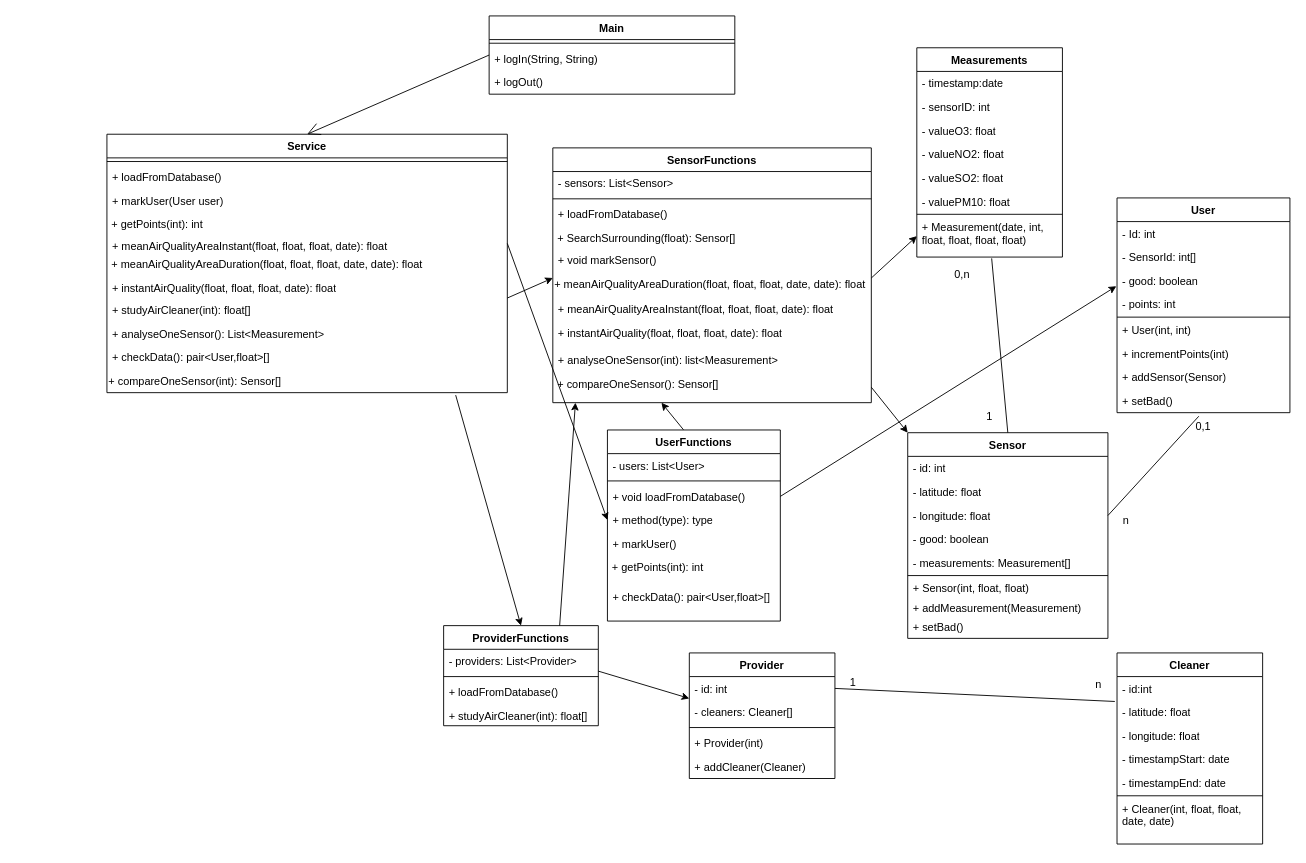
This is Class Diagram.drawio from jimmywengzj/GL-TP, a draw.io file, before an edit. Source tidied: cells renumbered, new cells numbered last; positions are measured from the earlier drawing's top-left corner, leaving out a move shared by most shapes. Both pictures are drawn from the tidied source at 91%, with x=0, y=0 at pixel (106, 15).
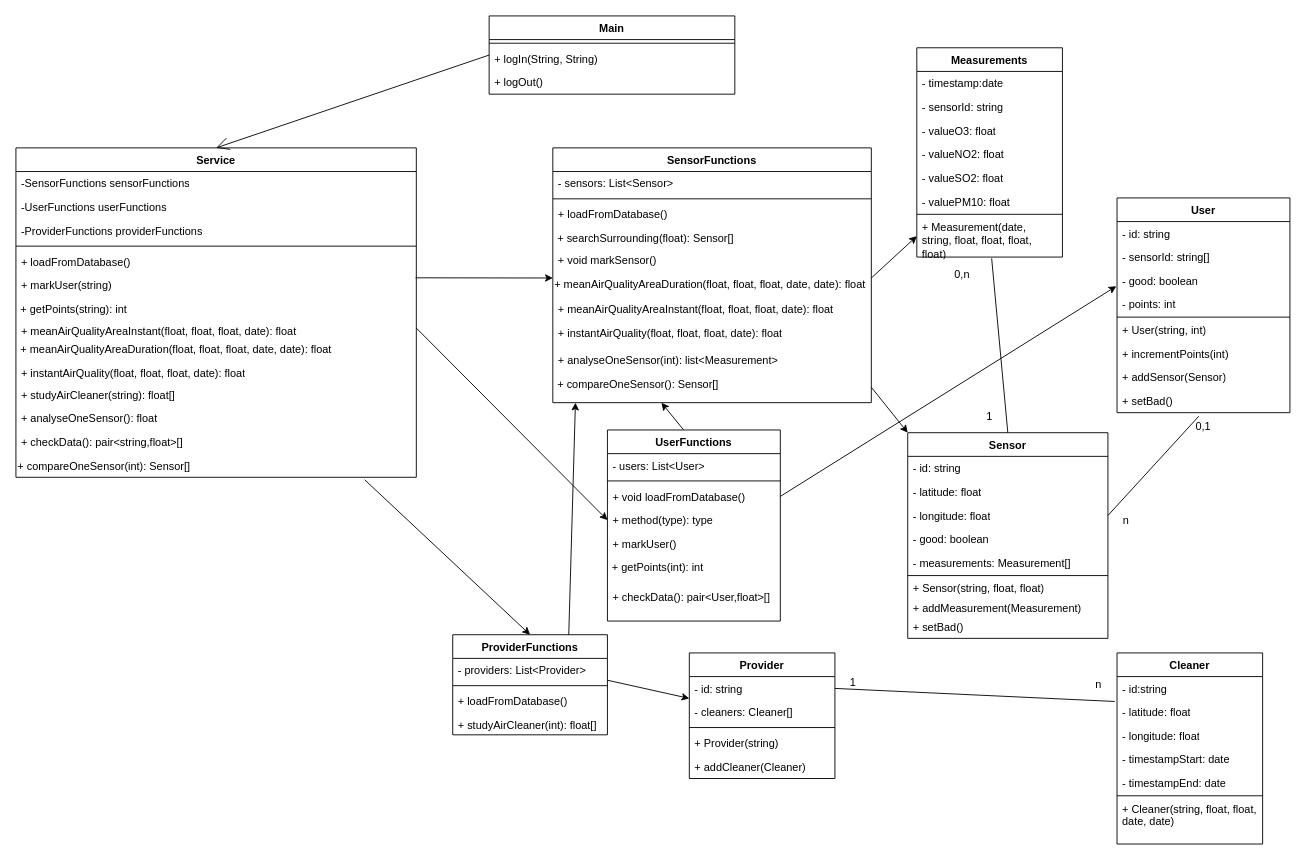
After the change.

The change refers to these unchanged cells:
```xml
<mxCell id="18" value="Measurements" style="swimlane;fontStyle=1;align=center;verticalAlign=top;horizontal=1;startSize=26;whiteSpace=wrap;html=1;" parent="1" vertex="1">
  <mxGeometry x="890" y="35" width="160" height="230" as="geometry" />
</mxCell>
<mxCell id="27" value="Sensor" style="swimlane;fontStyle=1;align=center;verticalAlign=top;horizontal=1;startSize=26;whiteSpace=wrap;html=1;" parent="1" vertex="1">
  <mxGeometry x="880" y="458" width="220" height="226" as="geometry" />
</mxCell>
<mxCell id="37" value="User" style="swimlane;fontStyle=1;align=center;verticalAlign=top;horizontal=1;startSize=26;whiteSpace=wrap;html=1;" parent="1" vertex="1">
  <mxGeometry x="1110" y="200" width="190" height="236" as="geometry" />
</mxCell>
<mxCell id="47" value="Cleaner" style="swimlane;fontStyle=1;align=center;verticalAlign=top;horizontal=1;startSize=26;whiteSpace=wrap;html=1;" parent="1" vertex="1">
  <mxGeometry x="1110" y="700" width="160" height="210" as="geometry" />
</mxCell>
<mxCell id="61" value="SensorFunctions" style="swimlane;fontStyle=1;align=center;verticalAlign=top;horizontal=1;startSize=26;whiteSpace=wrap;html=1;" parent="1" vertex="1">
  <mxGeometry x="490" y="145" width="350" height="280" as="geometry" />
</mxCell>
<mxCell id="67" value="+ meanAirQualityAreaDuration(float, float, float, date, date): float" style="text;whiteSpace=wrap;html=1;" parent="61" vertex="1">
  <mxGeometry y="136" width="350" height="28" as="geometry" />
</mxCell>
<mxCell id="97" value="Provider" style="swimlane;fontStyle=1;align=center;verticalAlign=top;horizontal=1;startSize=26;whiteSpace=wrap;html=1;" parent="1" vertex="1">
  <mxGeometry x="640" y="700" width="160" height="138" as="geometry" />
</mxCell>
```

Diff of the diagram source:
```diff
@@
     <mxCell id="6" value="Service" style="swimlane;fontStyle=1;align=center;verticalAlign=top;horizontal=1;startSize=26;whiteSpace=wrap;html=1;" parent="1" vertex="1">
-      <mxGeometry y="130" width="440" height="284" as="geometry" />
+      <mxGeometry x="-100" y="145" width="440" height="362" as="geometry" />
     </mxCell>
+    <mxCell id="104" value="&lt;div&gt;-SensorFunctions sensorFunctions&lt;br&gt;&lt;/div&gt;&lt;div&gt;&lt;br&gt;&lt;/div&gt;" style="text;strokeColor=none;fillColor=none;align=left;verticalAlign=top;spacingLeft=4;spacingRight=4;overflow=hidden;whiteSpace=wrap;html=1;" parent="6" vertex="1">
+      <mxGeometry y="26" width="440" height="26" as="geometry" />
+    </mxCell>
+    <mxCell id="105" value="&lt;div&gt;-UserFunctions userFunctions&lt;br&gt;&lt;/div&gt;&lt;div&gt;&lt;br&gt;&lt;/div&gt;" style="text;strokeColor=none;fillColor=none;align=left;verticalAlign=top;spacingLeft=4;spacingRight=4;overflow=hidden;whiteSpace=wrap;html=1;" parent="6" vertex="1">
+      <mxGeometry y="52" width="440" height="26" as="geometry" />
+    </mxCell>
+    <mxCell id="106" value="&lt;div&gt;-ProviderFunctions providerFunctions&lt;br&gt;&lt;/div&gt;&lt;div&gt;&lt;br&gt;&lt;/div&gt;" style="text;strokeColor=none;fillColor=none;align=left;verticalAlign=top;spacingLeft=4;spacingRight=4;overflow=hidden;whiteSpace=wrap;html=1;" parent="6" vertex="1">
+      <mxGeometry y="78" width="440" height="26" as="geometry" />
+    </mxCell>
     <mxCell id="7" style="line;strokeWidth=1;fillColor=none;align=left;verticalAlign=middle;spacingTop=-1;spacingLeft=3;spacingRight=3;labelPosition=right;strokeColor=inherit;" parent="6" vertex="1">
-      <mxGeometry y="26" width="440" height="8" as="geometry" />
+      <mxGeometry y="104" width="440" height="8" as="geometry" />
     </mxCell>
     <mxCell id="8" value="&lt;div&gt;+ loadFromDatabase()&lt;/div&gt;&lt;div&gt;&lt;br&gt;&lt;/div&gt;" style="text;strokeColor=none;fillColor=none;align=left;verticalAlign=top;spacingLeft=4;spacingRight=4;overflow=hidden;points=[[0,0.5],[1,0.5]];portConstraint=eastwest;whiteSpace=wrap;html=1;" parent="6" vertex="1">
-      <mxGeometry y="34" width="440" height="26" as="geometry" />
+      <mxGeometry y="112" width="440" height="26" as="geometry" />
     </mxCell>
-    <mxCell id="9" value="&lt;div&gt;+ markUser(User user)&lt;/div&gt;&lt;div&gt;&lt;br&gt;&lt;/div&gt;" style="text;strokeColor=none;fillColor=none;align=left;verticalAlign=top;spacingLeft=4;spacingRight=4;overflow=hidden;whiteSpace=wrap;html=1;" parent="6" vertex="1">
-      <mxGeometry y="60" width="440" height="26" as="geometry" />
+    <mxCell id="9" value="&lt;div&gt;+ markUser(string)&lt;/div&gt;&lt;div&gt;&lt;br&gt;&lt;/div&gt;" style="text;strokeColor=none;fillColor=none;align=left;verticalAlign=top;spacingLeft=4;spacingRight=4;overflow=hidden;whiteSpace=wrap;html=1;" parent="6" vertex="1">
+      <mxGeometry y="138" width="440" height="26" as="geometry" />
     </mxCell>
-    <mxCell id="10" value="&amp;nbsp;+ getPoints(int): int" style="text;whiteSpace=wrap;html=1;" parent="6" vertex="1">
-      <mxGeometry y="86" width="440" height="24" as="geometry" />
+    <mxCell id="10" value="&amp;nbsp;+ getPoints(string): int" style="text;whiteSpace=wrap;html=1;" parent="6" vertex="1">
+      <mxGeometry y="164" width="440" height="24" as="geometry" />
     </mxCell>
     <mxCell id="11" value="+ meanAirQualityAreaInstant(float, float, float, date): float" style="text;strokeColor=none;fillColor=none;align=left;verticalAlign=top;spacingLeft=4;spacingRight=4;overflow=hidden;points=[[0,0.5],[1,0.5]];portConstraint=eastwest;whiteSpace=wrap;html=1;" parent="6" vertex="1">
-      <mxGeometry y="110" width="440" height="20" as="geometry" />
+      <mxGeometry y="188" width="440" height="20" as="geometry" />
     </mxCell>
     <mxCell id="12" value="&amp;nbsp;+ meanAirQualityAreaDuration(float, float, float, date, date): float&amp;nbsp;" style="text;whiteSpace=wrap;html=1;" parent="6" vertex="1">
-      <mxGeometry y="130" width="440" height="26" as="geometry" />
+      <mxGeometry y="208" width="440" height="26" as="geometry" />
     </mxCell>
     <mxCell id="13" value="+ instantAirQuality(float, float, float, date): float" style="text;strokeColor=none;fillColor=none;align=left;verticalAlign=top;spacingLeft=4;spacingRight=4;overflow=hidden;whiteSpace=wrap;html=1;" parent="6" vertex="1">
-      <mxGeometry y="156" width="440" height="24" as="geometry" />
+      <mxGeometry y="234" width="440" height="24" as="geometry" />
     </mxCell>
-    <mxCell id="14" value="+ studyAirCleaner(int): float[]" style="text;strokeColor=none;fillColor=none;align=left;verticalAlign=top;spacingLeft=4;spacingRight=4;overflow=hidden;whiteSpace=wrap;html=1;" parent="6" vertex="1">
-      <mxGeometry y="180" width="440" height="26" as="geometry" />
+    <mxCell id="14" value="+ studyAirCleaner(string): float[]" style="text;strokeColor=none;fillColor=none;align=left;verticalAlign=top;spacingLeft=4;spacingRight=4;overflow=hidden;whiteSpace=wrap;html=1;" parent="6" vertex="1">
+      <mxGeometry y="258" width="440" height="26" as="geometry" />
     </mxCell>
-    <mxCell id="15" value="+ analyseOneSensor(): List&amp;lt;Measurement&amp;gt;" style="text;strokeColor=none;fillColor=none;align=left;verticalAlign=top;spacingLeft=4;spacingRight=4;overflow=hidden;whiteSpace=wrap;html=1;" parent="6" vertex="1">
-      <mxGeometry y="206" width="440" height="26" as="geometry" />
+    <mxCell id="15" value="+ analyseOneSensor(): float" style="text;strokeColor=none;fillColor=none;align=left;verticalAlign=top;spacingLeft=4;spacingRight=4;overflow=hidden;whiteSpace=wrap;html=1;" parent="6" vertex="1">
+      <mxGeometry y="284" width="440" height="26" as="geometry" />
     </mxCell>
-    <mxCell id="16" value="+ checkData(): pair&amp;lt;User,float&amp;gt;[]" style="text;strokeColor=none;fillColor=none;align=left;verticalAlign=top;spacingLeft=4;spacingRight=4;overflow=hidden;whiteSpace=wrap;html=1;" parent="6" vertex="1">
-      <mxGeometry y="232" width="440" height="26" as="geometry" />
+    <mxCell id="16" value="+ checkData(): pair&amp;lt;string,float&amp;gt;[]" style="text;strokeColor=none;fillColor=none;align=left;verticalAlign=top;spacingLeft=4;spacingRight=4;overflow=hidden;whiteSpace=wrap;html=1;" parent="6" vertex="1">
+      <mxGeometry y="310" width="440" height="26" as="geometry" />
     </mxCell>
     <mxCell id="17" value="+ compareOneSensor(int): Sensor[]" style="text;whiteSpace=wrap;html=1;" parent="6" vertex="1">
-      <mxGeometry y="258" width="440" height="26" as="geometry" />
+      <mxGeometry y="336" width="440" height="26" as="geometry" />
     </mxCell>
@@
-    <mxCell id="20" value="&lt;div&gt;- sensorID: int&lt;/div&gt;" style="text;strokeColor=none;fillColor=none;align=left;verticalAlign=top;spacingLeft=4;spacingRight=4;overflow=hidden;whiteSpace=wrap;html=1;" parent="18" vertex="1">
+    <mxCell id="20" value="&lt;div&gt;- sensorId: string&lt;br&gt;&lt;/div&gt;" style="text;strokeColor=none;fillColor=none;align=left;verticalAlign=top;spacingLeft=4;spacingRight=4;overflow=hidden;whiteSpace=wrap;html=1;" parent="18" vertex="1">
       <mxGeometry y="52" width="160" height="26" as="geometry" />
     </mxCell>
@@
-    <mxCell id="26" value="+ Measurement(date, int, float, float, float, float)" style="text;strokeColor=none;fillColor=none;align=left;verticalAlign=top;spacingLeft=4;spacingRight=4;overflow=hidden;points=[[0,0.5],[1,0.5]];portConstraint=eastwest;whiteSpace=wrap;html=1;" parent="18" vertex="1">
+    <mxCell id="26" value="+ Measurement(date, string, float, float, float, float)" style="text;strokeColor=none;fillColor=none;align=left;verticalAlign=top;spacingLeft=4;spacingRight=4;overflow=hidden;points=[[0,0.5],[1,0.5]];portConstraint=eastwest;whiteSpace=wrap;html=1;" parent="18" vertex="1">
       <mxGeometry y="184" width="160" height="46" as="geometry" />
     </mxCell>
@@
-    <mxCell id="28" value="&lt;div&gt;- id: int&lt;/div&gt;" style="text;strokeColor=none;fillColor=none;align=left;verticalAlign=top;spacingLeft=4;spacingRight=4;overflow=hidden;whiteSpace=wrap;html=1;" parent="27" vertex="1">
+    <mxCell id="28" value="&lt;div&gt;- id: string&lt;/div&gt;" style="text;strokeColor=none;fillColor=none;align=left;verticalAlign=top;spacingLeft=4;spacingRight=4;overflow=hidden;whiteSpace=wrap;html=1;" parent="27" vertex="1">
       <mxGeometry y="26" width="220" height="26" as="geometry" />
     </mxCell>
@@
-    <mxCell id="34" value="+ Sensor(int, float, float)" style="text;strokeColor=none;fillColor=none;align=left;verticalAlign=top;spacingLeft=4;spacingRight=4;overflow=hidden;whiteSpace=wrap;html=1;" parent="27" vertex="1">
+    <mxCell id="34" value="+ Sensor(string, float, float)" style="text;strokeColor=none;fillColor=none;align=left;verticalAlign=top;spacingLeft=4;spacingRight=4;overflow=hidden;whiteSpace=wrap;html=1;" parent="27" vertex="1">
       <mxGeometry y="158" width="220" height="22" as="geometry" />
     </mxCell>
@@
-    <mxCell id="38" value="&lt;div&gt;- Id: int&lt;/div&gt;" style="text;strokeColor=none;fillColor=none;align=left;verticalAlign=top;spacingLeft=4;spacingRight=4;overflow=hidden;whiteSpace=wrap;html=1;" parent="37" vertex="1">
+    <mxCell id="38" value="&lt;div&gt;- id: string&lt;/div&gt;" style="text;strokeColor=none;fillColor=none;align=left;verticalAlign=top;spacingLeft=4;spacingRight=4;overflow=hidden;whiteSpace=wrap;html=1;" parent="37" vertex="1">
       <mxGeometry y="26" width="190" height="26" as="geometry" />
     </mxCell>
-    <mxCell id="39" value="- SensorId: int[]" style="text;strokeColor=none;fillColor=none;align=left;verticalAlign=top;spacingLeft=4;spacingRight=4;overflow=hidden;whiteSpace=wrap;html=1;" parent="37" vertex="1">
+    <mxCell id="39" value="- sensorId: string[]" style="text;strokeColor=none;fillColor=none;align=left;verticalAlign=top;spacingLeft=4;spacingRight=4;overflow=hidden;whiteSpace=wrap;html=1;" parent="37" vertex="1">
       <mxGeometry y="52" width="190" height="26" as="geometry" />
     </mxCell>
@@
-    <mxCell id="43" value="+ User(int, int)" style="text;strokeColor=none;fillColor=none;align=left;verticalAlign=top;spacingLeft=4;spacingRight=4;overflow=hidden;whiteSpace=wrap;html=1;" parent="37" vertex="1">
+    <mxCell id="43" value="+ User(string, int)" style="text;strokeColor=none;fillColor=none;align=left;verticalAlign=top;spacingLeft=4;spacingRight=4;overflow=hidden;whiteSpace=wrap;html=1;" parent="37" vertex="1">
       <mxGeometry y="132" width="190" height="26" as="geometry" />
     </mxCell>
@@
-    <mxCell id="48" value="&lt;div&gt;- id:int&lt;/div&gt;" style="text;strokeColor=none;fillColor=none;align=left;verticalAlign=top;spacingLeft=4;spacingRight=4;overflow=hidden;whiteSpace=wrap;html=1;" parent="47" vertex="1">
+    <mxCell id="48" value="&lt;div&gt;- id:string&lt;/div&gt;" style="text;strokeColor=none;fillColor=none;align=left;verticalAlign=top;spacingLeft=4;spacingRight=4;overflow=hidden;whiteSpace=wrap;html=1;" parent="47" vertex="1">
       <mxGeometry y="26" width="160" height="26" as="geometry" />
     </mxCell>
@@
-    <mxCell id="54" value="+ Cleaner(int, float, float, date, date)" style="text;strokeColor=none;fillColor=none;align=left;verticalAlign=top;spacingLeft=4;spacingRight=4;overflow=hidden;whiteSpace=wrap;html=1;" parent="47" vertex="1">
+    <mxCell id="54" value="+ Cleaner(string, float, float, date, date)" style="text;strokeColor=none;fillColor=none;align=left;verticalAlign=top;spacingLeft=4;spacingRight=4;overflow=hidden;whiteSpace=wrap;html=1;" parent="47" vertex="1">
       <mxGeometry y="158" width="160" height="52" as="geometry" />
     </mxCell>
@@
     <mxCell id="56" value="ProviderFunctions" style="swimlane;fontStyle=1;align=center;verticalAlign=top;horizontal=1;startSize=26;whiteSpace=wrap;html=1;" parent="1" vertex="1">
-      <mxGeometry x="370" y="670" width="170" height="110" as="geometry" />
+      <mxGeometry x="380" y="680" width="170" height="110" as="geometry" />
     </mxCell>
@@
-    <mxCell id="65" value="&amp;nbsp;+ SearchSurrounding(float): Sensor[]" style="text;whiteSpace=wrap;html=1;" parent="61" vertex="1">
+    <mxCell id="65" value="&amp;nbsp;+ searchSurrounding(float): Sensor[]" style="text;whiteSpace=wrap;html=1;" parent="61" vertex="1">
       <mxGeometry y="86" width="350" height="24" as="geometry" />
     </mxCell>
@@
-    <mxCell id="89" style="endArrow=classic;html=1;rounded=0;entryX=0;entryY=0.25;entryDx=0;entryDy=0;" parent="1" edge="1" target="67">
-      <mxGeometry relative="1" as="geometry">
-        <mxPoint x="440" y="310" as="sourcePoint" />
-      </mxGeometry>
+    <mxCell id="89" style="endArrow=classic;html=1;rounded=0;entryX=0;entryY=0.25;entryDx=0;entryDy=0;exitX=0.998;exitY=1.184;exitDx=0;exitDy=0;exitPerimeter=0;" parent="1" edge="1" source="8" target="67">
+      <mxGeometry relative="1" as="geometry" />
     </mxCell>
@@
-    <mxCell id="98" value="- id: int" style="text;strokeColor=none;fillColor=none;align=left;verticalAlign=top;spacingLeft=4;spacingRight=4;overflow=hidden;points=[[0,0.5],[1,0.5]];portConstraint=eastwest;whiteSpace=wrap;html=1;" parent="97" vertex="1">
+    <mxCell id="98" value="- id: string" style="text;strokeColor=none;fillColor=none;align=left;verticalAlign=top;spacingLeft=4;spacingRight=4;overflow=hidden;points=[[0,0.5],[1,0.5]];portConstraint=eastwest;whiteSpace=wrap;html=1;" parent="97" vertex="1">
       <mxGeometry y="26" width="160" height="26" as="geometry" />
     </mxCell>
@@
-    <mxCell id="101" value="+ Provider(int)" style="text;strokeColor=none;fillColor=none;align=left;verticalAlign=top;spacingLeft=4;spacingRight=4;overflow=hidden;whiteSpace=wrap;html=1;" parent="97" vertex="1">
+    <mxCell id="101" value="+ Provider(string)" style="text;strokeColor=none;fillColor=none;align=left;verticalAlign=top;spacingLeft=4;spacingRight=4;overflow=hidden;whiteSpace=wrap;html=1;" parent="97" vertex="1">
       <mxGeometry y="86" width="160" height="26" as="geometry" />
     </mxCell>
```
